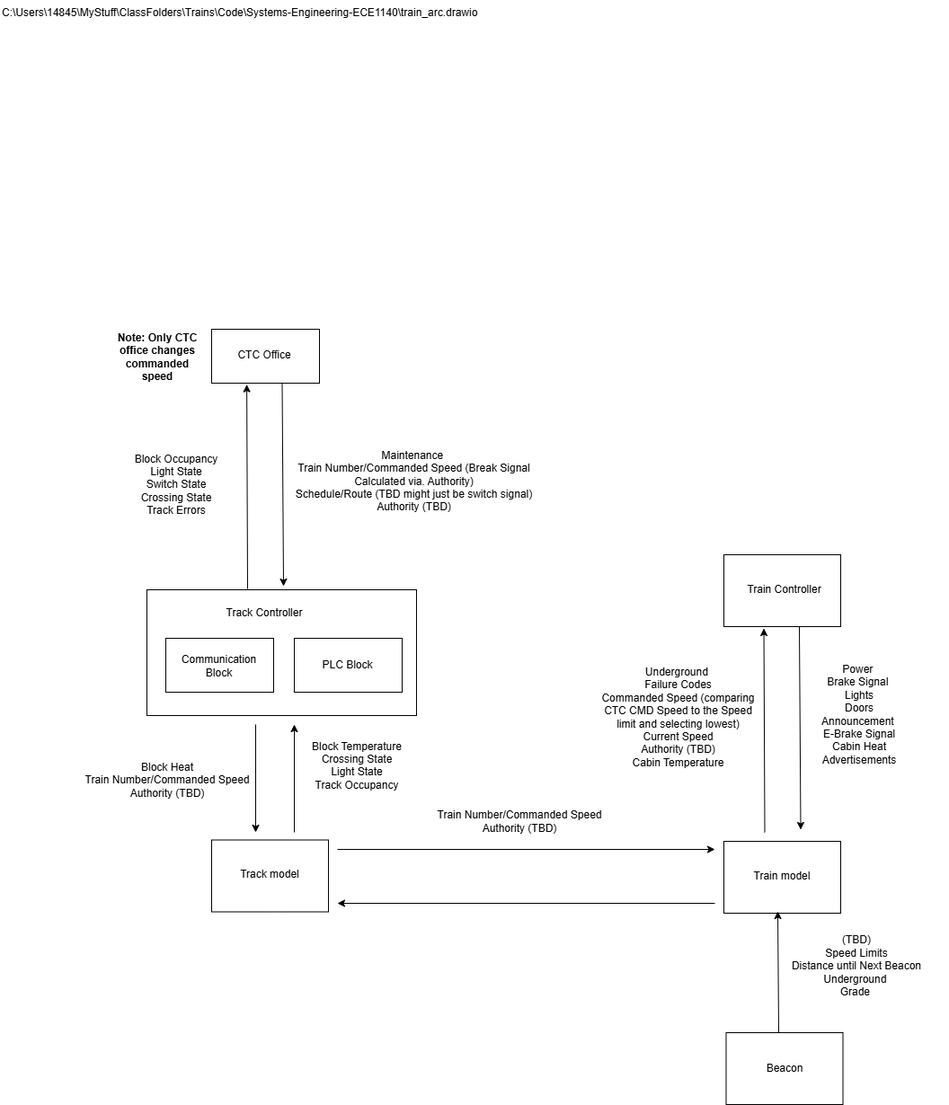
This is Architecture_Group3.drawio.png from lao57/Systems-Engineering-ECE1140, a draw.io export, as it was before one commit. Source tidied: cells renumbered, new cells last; positions are measured from the earlier drawing's top-left corner, leaving out a move shared by most shapes.
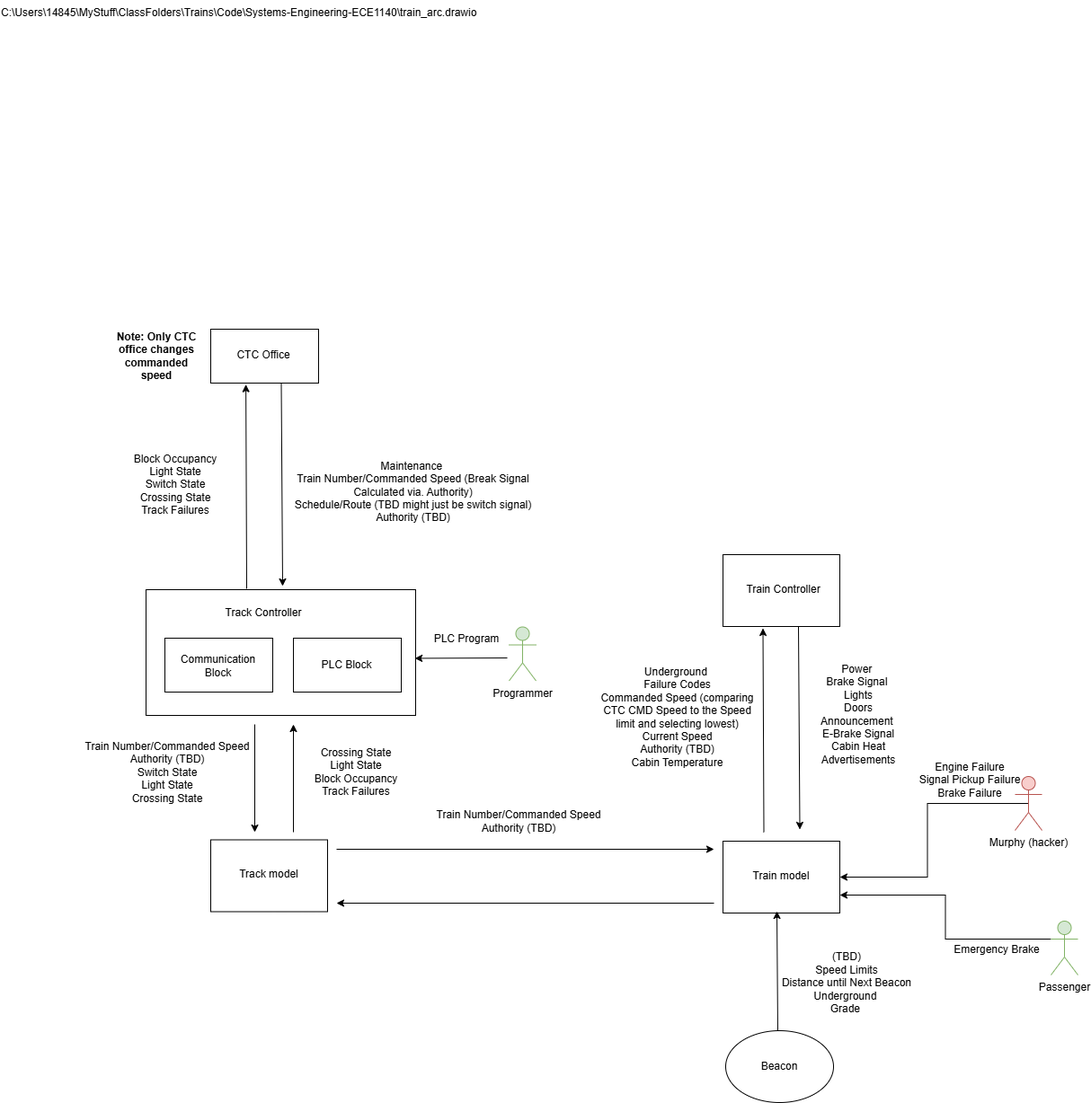
After the commit.

Diff of the diagram source:
```diff
@@ -2,6 +2,9 @@
   <root>
     <mxCell id="0" />
     <mxCell id="1" parent="0" />
+    <mxCell id="36" value="&lt;div&gt;Emergency Brake&lt;/div&gt;&lt;div&gt;&lt;br&gt;&lt;/div&gt;" style="text;html=1;align=center;verticalAlign=middle;whiteSpace=wrap;rounded=0;rotation=0;" parent="1" vertex="1">
+      <mxGeometry x="1050" y="1052" width="120" height="23" as="geometry" />
+    </mxCell>
     <mxCell id="2" value="C:\Users\14845\MyStuff\ClassFolders\Trains\Code\Systems-Engineering-ECE1140\train_arc.drawio" style="text;whiteSpace=wrap;html=1;" parent="1" vertex="1">
       <mxGeometry width="550" height="51" as="geometry" />
     </mxCell>
@@ -83,7 +86,7 @@
       <mxGeometry x="469" y="855" width="218" height="117" as="geometry" />
     </mxCell>
     <mxCell id="23" value="&lt;div&gt;(TBD)&lt;/div&gt;Speed Limits&lt;div&gt;Distance until Next Beacon&lt;/div&gt;&lt;div&gt;Underground&amp;nbsp;&lt;/div&gt;&lt;div&gt;Grade&amp;nbsp;&lt;/div&gt;&lt;div&gt;&lt;br&gt;&lt;/div&gt;" style="text;html=1;align=center;verticalAlign=middle;whiteSpace=wrap;rounded=0;" parent="1" vertex="1">
-      <mxGeometry x="850" y="1023" width="206" height="117" as="geometry" />
+      <mxGeometry x="840" y="1042" width="206" height="117" as="geometry" />
     </mxCell>
     <mxCell id="24" style="endArrow=classic;html=1;rounded=0;" parent="1" edge="1">
       <mxGeometry relative="1" as="geometry">
@@ -110,25 +113,51 @@
       <mxGeometry x="881" y="736" width="150" height="117" as="geometry" />
     </mxCell>
     <mxCell id="30" value="Maintenance&amp;nbsp;&lt;div&gt;Train Number/Commanded Speed (Break Signal Calculated via. Authority)&lt;/div&gt;&lt;div&gt;Schedule/Route (TBD might just be switch signal)&lt;/div&gt;&lt;div&gt;Authority (TBD)&lt;/div&gt;&lt;div&gt;&lt;br&gt;&lt;/div&gt;&lt;div&gt;&lt;br&gt;&lt;/div&gt;&lt;div&gt;&lt;br&gt;&lt;/div&gt;&lt;div&gt;&lt;br&gt;&lt;/div&gt;" style="text;html=1;align=center;verticalAlign=middle;whiteSpace=wrap;rounded=0;" parent="1" vertex="1">
-      <mxGeometry x="324" y="451" width="273" height="226" as="geometry" />
+      <mxGeometry x="324" y="463" width="273" height="226" as="geometry" />
     </mxCell>
-    <mxCell id="31" value="Block Occupancy&lt;div&gt;Light State&lt;/div&gt;&lt;div&gt;Switch State&lt;/div&gt;&lt;div&gt;Crossing State&lt;/div&gt;&lt;div&gt;Track Errors&lt;/div&gt;" style="text;html=1;align=center;verticalAlign=middle;whiteSpace=wrap;rounded=0;" parent="1" vertex="1">
+    <mxCell id="31" value="Block Occupancy&lt;div&gt;Light State&lt;/div&gt;&lt;div&gt;Switch State&lt;/div&gt;&lt;div&gt;Crossing State&lt;/div&gt;&lt;div&gt;Track Failures&lt;/div&gt;" style="text;html=1;align=center;verticalAlign=middle;whiteSpace=wrap;rounded=0;" parent="1" vertex="1">
       <mxGeometry x="145" y="434" width="102" height="209" as="geometry" />
     </mxCell>
-    <mxCell id="32" value="Block Temperature&lt;div&gt;Crossing State&lt;/div&gt;&lt;div&gt;Light State&lt;/div&gt;&lt;div&gt;Track Occupancy&lt;/div&gt;&lt;div&gt;&lt;br&gt;&lt;/div&gt;" style="text;html=1;align=center;verticalAlign=middle;whiteSpace=wrap;rounded=0;" parent="1" vertex="1">
+    <mxCell id="32" value="&lt;div&gt;Crossing State&lt;/div&gt;&lt;div&gt;Light State&lt;/div&gt;&lt;div&gt;Block Occupancy&lt;/div&gt;&lt;div&gt;Track Failures&lt;/div&gt;" style="text;html=1;align=center;verticalAlign=middle;whiteSpace=wrap;rounded=0;" parent="1" vertex="1">
       <mxGeometry x="331" y="790" width="132" height="137" as="geometry" />
     </mxCell>
-    <mxCell id="33" value="Block Heat&#10;Train Number/Commanded Speed&#10;Authority (TBD)&#10;" style="text;whiteSpace=wrap;align=center;" parent="1" vertex="1">
-      <mxGeometry x="79" y="840" width="214" height="132" as="geometry" />
+    <mxCell id="33" value="Train Number/Commanded Speed&#10;Authority (TBD)&#10;Switch State&#10;Light State&#10;Crossing State&#10;" style="text;whiteSpace=wrap;align=center;" parent="1" vertex="1">
+      <mxGeometry x="80" y="817" width="214" height="132" as="geometry" />
     </mxCell>
+    <mxCell id="35" style="endArrow=classic;html=1;rounded=0;" parent="1" edge="1">
+      <mxGeometry relative="1" as="geometry">
+        <mxPoint x="866" y="1149" as="sourcePoint" />
+        <mxPoint x="865" y="1014" as="targetPoint" />
+      </mxGeometry>
+    </mxCell>
-    <mxCell id="34" value="Beacon" style="rounded=0;whiteSpace=wrap;html=1;" parent="1" vertex="1">
-      <mxGeometry x="807.5" y="1149" width="130" height="80" as="geometry" />
+    <mxCell id="34" value="Beacon" style="ellipse;whiteSpace=wrap;html=1;" parent="1" vertex="1">
+      <mxGeometry x="808" y="1147" width="120" height="80" as="geometry" />
     </mxCell>
-    <mxCell id="35" style="endArrow=classic;html=1;rounded=0;" parent="1" edge="1">
-      <mxGeometry relative="1" as="geometry">
-        <mxPoint x="866" y="1149" as="sourcePoint" />
-        <mxPoint x="865" y="1014" as="targetPoint" />
-      </mxGeometry>
-    </mxCell>
+    <mxCell id="37" style="edgeStyle=orthogonalEdgeStyle;rounded=0;jettySize=auto;html=1;exitX=0.5;exitY=0.5;exitDx=0;exitDy=0;exitPerimeter=0;entryX=1;entryY=0.5;entryDx=0;entryDy=0;" parent="1" edge="1" source="38" target="16">
+      <mxGeometry relative="1" as="geometry" />
+    </mxCell>
+    <mxCell id="38" value="Murphy (hacker)" style="shape=umlActor;verticalLabelPosition=bottom;verticalAlign=top;html=1;outlineConnect=0;fillColor=#f8cecc;strokeColor=#b85450;" parent="1" vertex="1">
+      <mxGeometry x="1130" y="864" width="30" height="60" as="geometry" />
+    </mxCell>
+    <mxCell id="39" style="edgeStyle=orthogonalEdgeStyle;rounded=0;jettySize=auto;html=1;exitX=0;exitY=0.3333333333333333;exitDx=0;exitDy=0;exitPerimeter=0;entryX=1;entryY=0.75;entryDx=0;entryDy=0;" parent="1" edge="1" source="40" target="16">
+      <mxGeometry relative="1" as="geometry" />
+    </mxCell>
+    <mxCell id="40" value="Passenger" style="shape=umlActor;verticalLabelPosition=bottom;verticalAlign=top;html=1;outlineConnect=0;fillColor=#d5e8d4;strokeColor=#82b366;" parent="1" vertex="1">
+      <mxGeometry x="1170" y="1025" width="30" height="60" as="geometry" />
+    </mxCell>
+    <mxCell id="41" value="&lt;div&gt;Engine Failure&lt;/div&gt;&lt;div&gt;Signal Pickup Failure&lt;/div&gt;&lt;div&gt;Brake Failure&lt;/div&gt;" style="text;html=1;align=center;verticalAlign=middle;whiteSpace=wrap;rounded=0;" parent="1" vertex="1">
+      <mxGeometry x="1021" y="837" width="118" height="61" as="geometry" />
+    </mxCell>
+    <mxCell id="42" value="&lt;div&gt;PLC Program&lt;/div&gt;" style="text;html=1;align=center;verticalAlign=middle;whiteSpace=wrap;rounded=0;rotation=0;" parent="1" vertex="1">
+      <mxGeometry x="460" y="699.5" width="120" height="23" as="geometry" />
+    </mxCell>
+    <mxCell id="43" value="Programmer" style="shape=umlActor;verticalLabelPosition=bottom;verticalAlign=top;html=1;fillColor=#d5e8d4;strokeColor=#82b366;" parent="1" vertex="1">
+      <mxGeometry x="567" y="697.5" width="30" height="60" as="geometry" />
+    </mxCell>
+    <mxCell id="44" style="endArrow=classic;html=1;rounded=0;entryX=0.997;entryY=0.546;entryDx=0;entryDy=0;entryPerimeter=0;" parent="1" edge="1" target="3">
+      <mxGeometry relative="1" as="geometry">
+        <mxPoint x="565" y="732" as="sourcePoint" />
+      </mxGeometry>
+    </mxCell>
   </root>
 </mxGraphModel>
```
